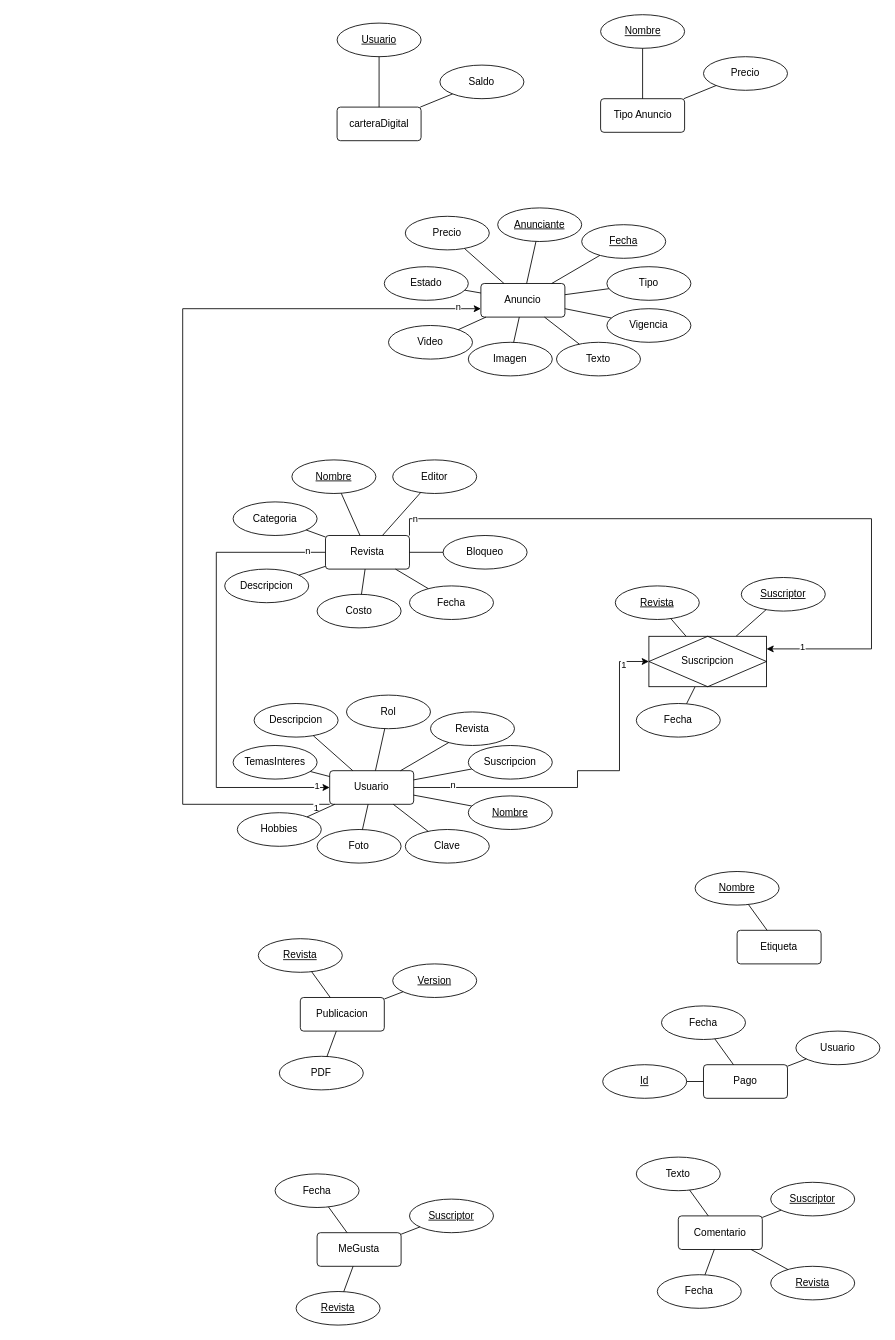
Earlier version of the draw.io diagram Diagrama Entidad Relacion.drawio (MynorDaniel/revistas-digitales). Source tidied: cells renumbered, new cells numbered last; positions are measured from the earlier drawing's top-left corner, leaving out a move shared by most shapes. Both pictures are drawn from the tidied source at 84%, with x=0, y=0 at pixel (182, 14).
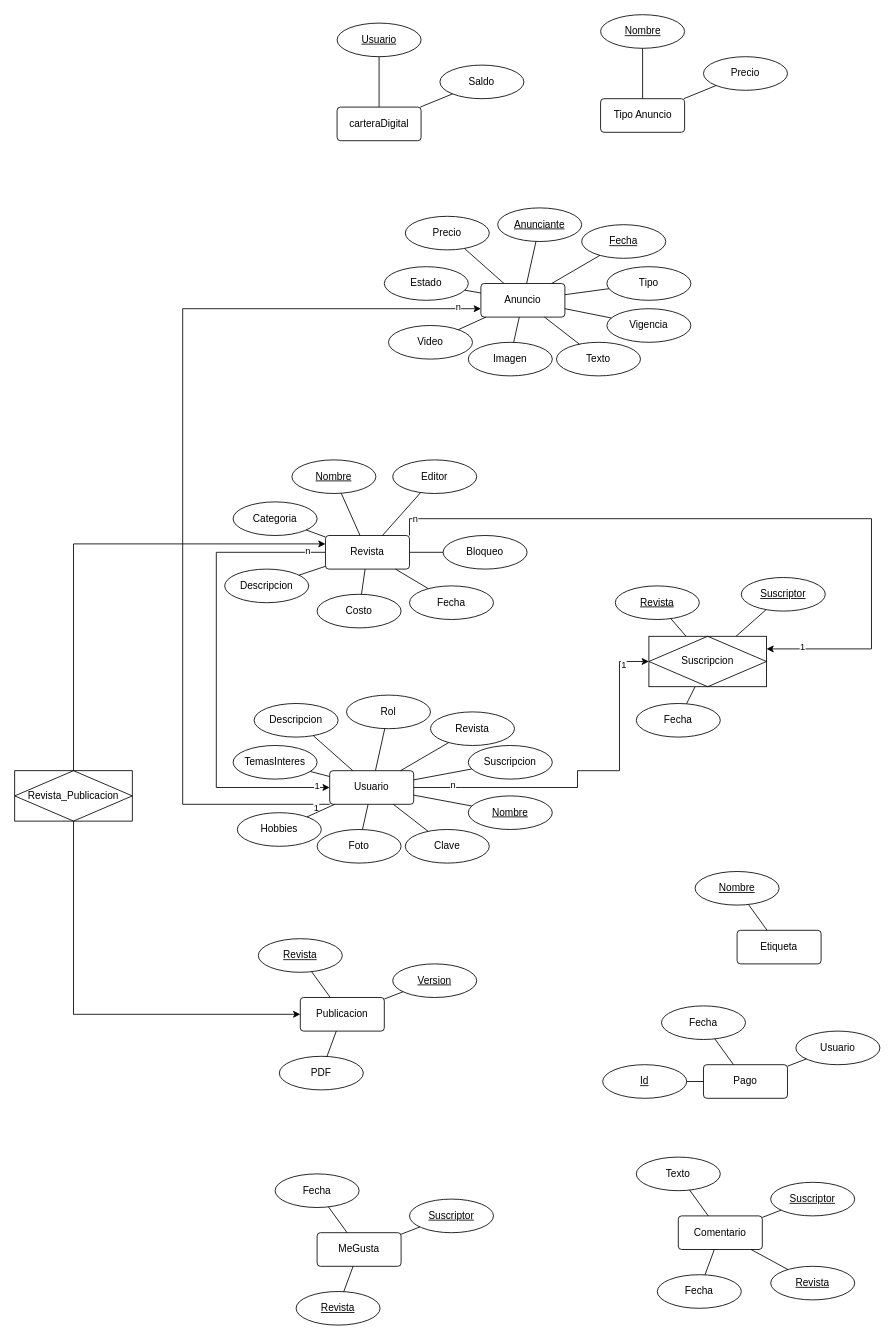
The same page after the edit.

Unchanged cells that the change refers to:
```xml
<mxCell id="8" value="Revista" style="rounded=1;arcSize=10;whiteSpace=wrap;html=1;align=center;" parent="1" vertex="1">
  <mxGeometry x="170" y="620" width="100" height="40" as="geometry" />
</mxCell>
<mxCell id="73" value="Publicacion" style="rounded=1;arcSize=10;whiteSpace=wrap;html=1;align=center;" parent="1" vertex="1">
  <mxGeometry x="140" y="1170" width="100" height="40" as="geometry" />
</mxCell>
```

What changed in the source:
```diff
@@
+    <mxCell id="117" style="edgeStyle=orthogonalEdgeStyle;rounded=0;jettySize=auto;html=1;exitX=0.5;exitY=0;exitDx=0;exitDy=0;entryX=0;entryY=0.25;entryDx=0;entryDy=0;" parent="1" edge="1" source="119" target="8">
+      <mxGeometry relative="1" as="geometry" />
+    </mxCell>
+    <mxCell id="118" style="edgeStyle=orthogonalEdgeStyle;rounded=0;jettySize=auto;html=1;exitX=0.5;exitY=1;exitDx=0;exitDy=0;entryX=0;entryY=0.5;entryDx=0;entryDy=0;" parent="1" edge="1" source="119" target="73">
+      <mxGeometry relative="1" as="geometry" />
+    </mxCell>
+    <mxCell id="119" value="Revista_Publicacion" style="shape=associativeEntity;whiteSpace=wrap;html=1;align=center;" parent="1" vertex="1">
+      <mxGeometry x="-200" y="900" width="140" height="60" as="geometry" />
+    </mxCell>
```
